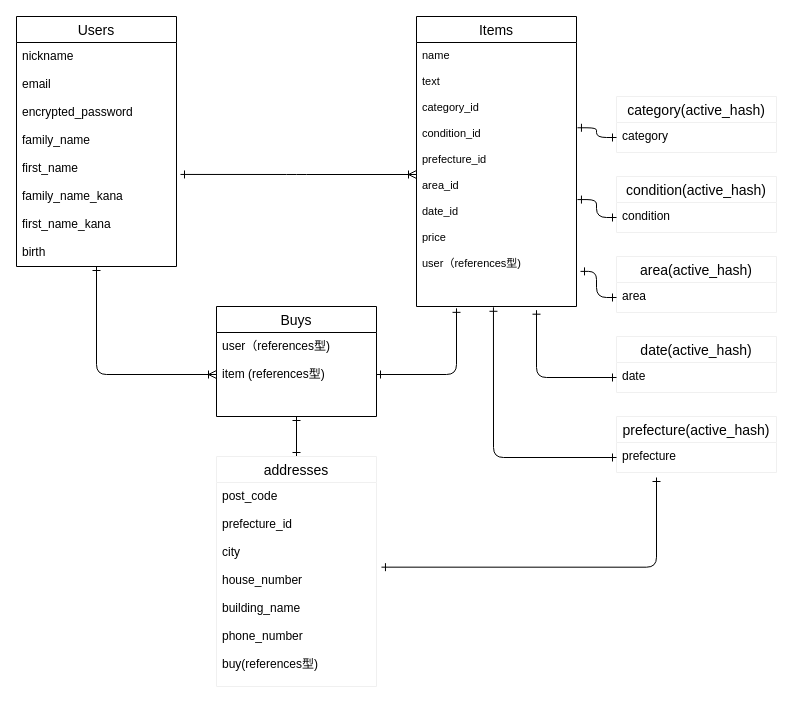
MayumiT/furima-33052 keeps this draw.io diagram as furima.dio. Above is the earlier version. Source tidied: cells renumbered, new cells numbered last; positions are measured from the earlier drawing's top-left corner, leaving out a move shared by most shapes. Both pictures are drawn from the tidied source at 100%, with x=0, y=0 at pixel (16, 16).
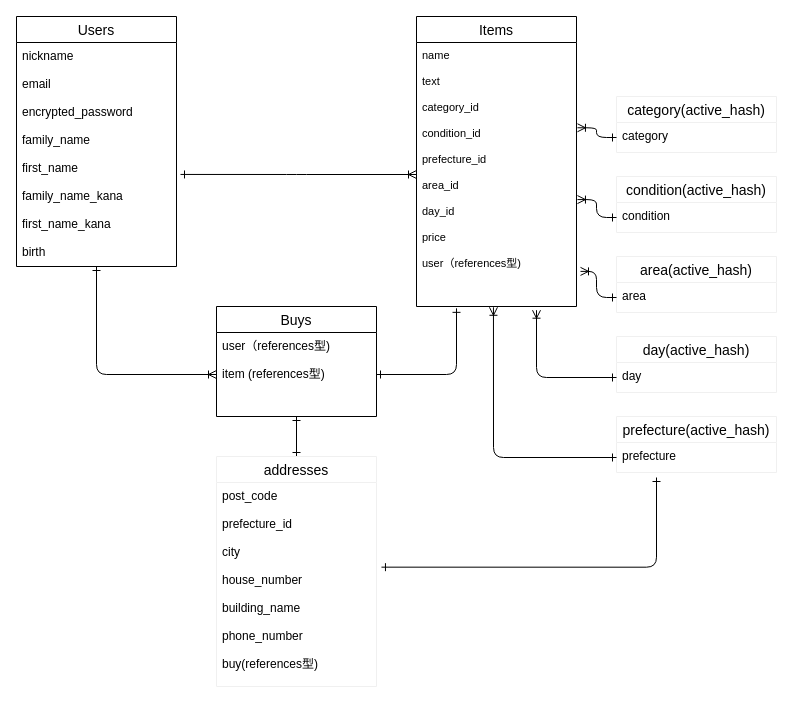
Above is the later version.

Unchanged cells that the change refers to:
```xml
<mxCell id="6" value="Items" style="swimlane;fontStyle=0;horizontal=1;startSize=26;align=center;fontSize=14;" parent="1" vertex="1">
  <mxGeometry x="400" width="160" height="290" as="geometry" />
</mxCell>
<mxCell id="14" value="category" style="text;strokeColor=none;fillColor=none;spacingLeft=4;spacingRight=4;overflow=hidden;points=[[0,0.5],[1,0.5]];portConstraint=eastwest;fontSize=12;" parent="13" vertex="1">
  <mxGeometry y="26" width="160" height="30" as="geometry" />
</mxCell>
<mxCell id="17" value="condition" style="text;strokeColor=none;fillColor=none;spacingLeft=4;spacingRight=4;overflow=hidden;points=[[0,0.5],[1,0.5]];portConstraint=eastwest;fontSize=12;" parent="16" vertex="1">
  <mxGeometry y="26" width="160" height="30" as="geometry" />
</mxCell>
<mxCell id="20" value="area" style="text;strokeColor=none;fillColor=none;spacingLeft=4;spacingRight=4;overflow=hidden;points=[[0,0.5],[1,0.5]];portConstraint=eastwest;fontSize=12;" parent="19" vertex="1">
  <mxGeometry y="26" width="160" height="30" as="geometry" />
</mxCell>
<mxCell id="26" value="prefecture" style="text;strokeColor=none;fillColor=none;spacingLeft=4;spacingRight=4;overflow=hidden;points=[[0,0.5],[1,0.5]];portConstraint=eastwest;fontSize=12;" parent="25" vertex="1">
  <mxGeometry y="26" width="160" height="30" as="geometry" />
</mxCell>
```

The edit, as a diff of the source:
```diff
@@
-    <mxCell id="7" value="name&#10;&#10;text&#10;&#10;category_id&#10;&#10;condition_id&#10;&#10;prefecture_id&#10;&#10;area_id&#10;&#10;date_id&#10;&#10;price&#10;&#10;user（references型)&#10;&#10;&#10;" style="text;strokeColor=none;fillColor=none;spacingLeft=4;spacingRight=4;overflow=hidden;points=[[0,0.5],[1,0.5]];portConstraint=eastwest;fontSize=11;" parent="6" vertex="1">
+    <mxCell id="7" value="name&#10;&#10;text&#10;&#10;category_id&#10;&#10;condition_id&#10;&#10;prefecture_id&#10;&#10;area_id&#10;&#10;day_id&#10;&#10;price&#10;&#10;user（references型)&#10;&#10;&#10;" style="text;strokeColor=none;fillColor=none;spacingLeft=4;spacingRight=4;overflow=hidden;points=[[0,0.5],[1,0.5]];portConstraint=eastwest;fontSize=11;" parent="6" vertex="1">
       <mxGeometry y="26" width="160" height="264" as="geometry" />
     </mxCell>
@@
-    <mxCell id="15" style="edgeStyle=orthogonalEdgeStyle;rounded=1;jettySize=auto;html=1;exitX=0;exitY=0.5;exitDx=0;exitDy=0;entryX=1.006;entryY=0.323;entryDx=0;entryDy=0;entryPerimeter=0;startArrow=ERone;startFill=0;endArrow=ERone;endFill=0;fontSize=11;" parent="1" edge="1" source="14" target="7">
+    <mxCell id="15" style="edgeStyle=orthogonalEdgeStyle;rounded=1;jettySize=auto;html=1;exitX=0;exitY=0.5;exitDx=0;exitDy=0;entryX=1.006;entryY=0.323;entryDx=0;entryDy=0;entryPerimeter=0;startArrow=ERone;startFill=0;endArrow=ERoneToMany;endFill=0;fontSize=11;" parent="1" edge="1" source="14" target="7">
       <mxGeometry relative="1" as="geometry" />
     </mxCell>
@@
-    <mxCell id="18" style="edgeStyle=orthogonalEdgeStyle;rounded=1;jettySize=auto;html=1;exitX=0;exitY=0.5;exitDx=0;exitDy=0;entryX=1.006;entryY=0.595;entryDx=0;entryDy=0;entryPerimeter=0;startArrow=ERone;startFill=0;endArrow=ERone;endFill=0;fontSize=11;" parent="1" edge="1" source="17" target="7">
+    <mxCell id="18" style="edgeStyle=orthogonalEdgeStyle;rounded=1;jettySize=auto;html=1;exitX=0;exitY=0.5;exitDx=0;exitDy=0;entryX=1.006;entryY=0.595;entryDx=0;entryDy=0;entryPerimeter=0;startArrow=ERone;startFill=0;endArrow=ERoneToMany;endFill=0;fontSize=11;" parent="1" edge="1" source="17" target="7">
       <mxGeometry relative="1" as="geometry" />
     </mxCell>
@@
-    <mxCell id="21" style="edgeStyle=orthogonalEdgeStyle;rounded=1;jettySize=auto;html=1;exitX=0;exitY=0.5;exitDx=0;exitDy=0;entryX=1.025;entryY=0.867;entryDx=0;entryDy=0;entryPerimeter=0;startArrow=ERone;startFill=0;endArrow=ERone;endFill=0;fontSize=11;" parent="1" edge="1" source="20" target="7">
+    <mxCell id="21" style="edgeStyle=orthogonalEdgeStyle;rounded=1;jettySize=auto;html=1;exitX=0;exitY=0.5;exitDx=0;exitDy=0;entryX=1.025;entryY=0.867;entryDx=0;entryDy=0;entryPerimeter=0;startArrow=ERone;startFill=0;endArrow=ERoneToMany;endFill=0;fontSize=11;" parent="1" edge="1" source="20" target="7">
       <mxGeometry relative="1" as="geometry" />
     </mxCell>
-    <mxCell id="22" value="date(active_hash)" style="swimlane;fontStyle=0;horizontal=1;startSize=26;align=center;fontSize=14;strokeColor=#f0f0f0;" parent="1" vertex="1">
+    <mxCell id="22" value="day(active_hash)" style="swimlane;fontStyle=0;horizontal=1;startSize=26;align=center;fontSize=14;strokeColor=#f0f0f0;" parent="1" vertex="1">
       <mxGeometry x="600" y="320" width="160" height="56" as="geometry" />
     </mxCell>
-    <mxCell id="23" value="date" style="text;strokeColor=none;fillColor=none;spacingLeft=4;spacingRight=4;overflow=hidden;points=[[0,0.5],[1,0.5]];portConstraint=eastwest;fontSize=12;" parent="22" vertex="1">
+    <mxCell id="23" value="day" style="text;strokeColor=none;fillColor=none;spacingLeft=4;spacingRight=4;overflow=hidden;points=[[0,0.5],[1,0.5]];portConstraint=eastwest;fontSize=12;" parent="22" vertex="1">
       <mxGeometry y="26" width="160" height="30" as="geometry" />
     </mxCell>
-    <mxCell id="24" style="edgeStyle=orthogonalEdgeStyle;rounded=1;jettySize=auto;html=1;startArrow=ERone;startFill=0;endArrow=ERone;endFill=0;fontSize=11;entryX=0.75;entryY=1.014;entryDx=0;entryDy=0;entryPerimeter=0;" parent="1" edge="1" source="23" target="7">
+    <mxCell id="24" style="edgeStyle=orthogonalEdgeStyle;rounded=1;jettySize=auto;html=1;startArrow=ERone;startFill=0;endArrow=ERoneToMany;endFill=0;fontSize=11;entryX=0.75;entryY=1.014;entryDx=0;entryDy=0;entryPerimeter=0;" parent="1" edge="1" source="23" target="7">
       <mxGeometry relative="1" as="geometry">
         <Array as="points">
           <mxPoint x="520" y="361" />
         </Array>
       </mxGeometry>
     </mxCell>
@@
-    <mxCell id="27" style="edgeStyle=orthogonalEdgeStyle;rounded=1;jettySize=auto;html=1;exitX=0;exitY=0.5;exitDx=0;exitDy=0;entryX=0.481;entryY=1.003;entryDx=0;entryDy=0;entryPerimeter=0;startArrow=ERone;startFill=0;endArrow=ERone;endFill=0;fontSize=11;" parent="1" edge="1" source="26" target="7">
+    <mxCell id="27" style="edgeStyle=orthogonalEdgeStyle;rounded=1;jettySize=auto;html=1;exitX=0;exitY=0.5;exitDx=0;exitDy=0;entryX=0.481;entryY=1.003;entryDx=0;entryDy=0;entryPerimeter=0;startArrow=ERone;startFill=0;endArrow=ERoneToMany;endFill=0;fontSize=11;" parent="1" edge="1" source="26" target="7">
       <mxGeometry relative="1" as="geometry" />
     </mxCell>
```
